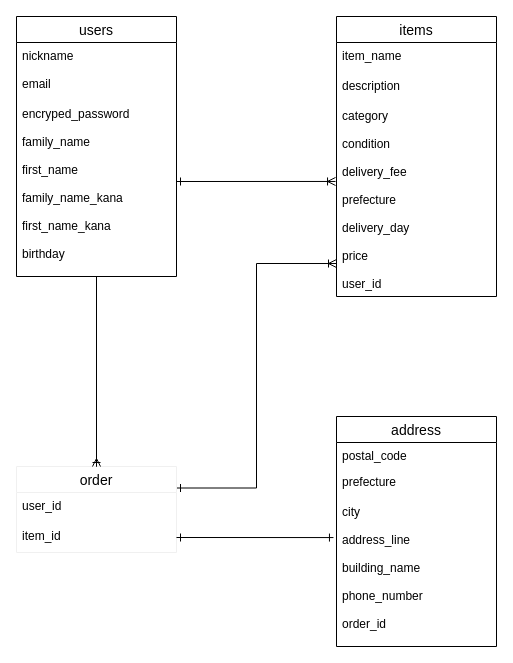
This is test.dio from maru-keitaro/furima-34786, a draw.io file, before an edit. Source tidied: cells renumbered, new cells numbered last; positions are measured from the earlier drawing's top-left corner, leaving out a move shared by most shapes. Both pictures are drawn from the tidied source at 100%, with x=0, y=0 at pixel (16, 16).
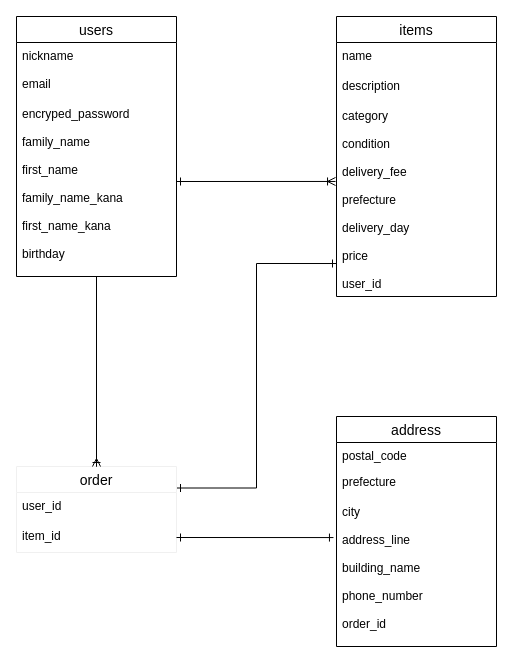
The same page after the edit.

Unchanged cells that the change refers to:
```xml
<mxCell id="2" value="items" style="swimlane;fontStyle=0;horizontal=1;startSize=26;align=center;fontSize=14;" parent="1" vertex="1">
  <mxGeometry x="320" width="160" height="280" as="geometry" />
</mxCell>
<mxCell id="5" value="category&#10;&#10;condition&#10;&#10;delivery_fee&#10;&#10;prefecture&#10;&#10;delivery_day&#10;&#10;price&#10;&#10;user_id&#10;&#10;" style="text;strokeColor=none;fillColor=none;spacingLeft=4;spacingRight=4;overflow=hidden;points=[[0,0.5],[1,0.5]];portConstraint=eastwest;fontSize=12;shadow=1;" parent="2" vertex="1">
  <mxGeometry y="86" width="160" height="194" as="geometry" />
</mxCell>
<mxCell id="13" value="order" style="swimlane;fontStyle=0;horizontal=1;startSize=26;align=center;fontSize=14;strokeColor=#f0f0f0;" parent="1" vertex="1">
  <mxGeometry y="450" width="160" height="86" as="geometry" />
</mxCell>
```

The edit, as a diff of the source:
```diff
@@
-    <mxCell id="3" value="item_name" style="text;strokeColor=none;fillColor=none;spacingLeft=4;spacingRight=4;overflow=hidden;fontSize=12;" parent="2" vertex="1">
+    <mxCell id="3" value="name" style="text;strokeColor=none;fillColor=none;spacingLeft=4;spacingRight=4;overflow=hidden;fontSize=12;" parent="2" vertex="1">
       <mxGeometry y="26" width="160" height="30" as="geometry" />
     </mxCell>
@@
-    <mxCell id="12" style="edgeStyle=orthogonalEdgeStyle;rounded=0;jettySize=auto;html=1;exitX=1;exitY=0.25;exitDx=0;exitDy=0;startArrow=ERone;startFill=0;entryX=0;entryY=0.83;entryDx=0;entryDy=0;entryPerimeter=0;endArrow=ERoneToMany;endFill=0;" parent="1" edge="1" source="13" target="5">
+    <mxCell id="12" style="edgeStyle=orthogonalEdgeStyle;rounded=0;jettySize=auto;html=1;exitX=1;exitY=0.25;exitDx=0;exitDy=0;startArrow=ERone;startFill=0;entryX=0;entryY=0.83;entryDx=0;entryDy=0;entryPerimeter=0;endArrow=ERone;endFill=0;" parent="1" edge="1" source="13" target="5">
       <mxGeometry relative="1" as="geometry" />
     </mxCell>
```
